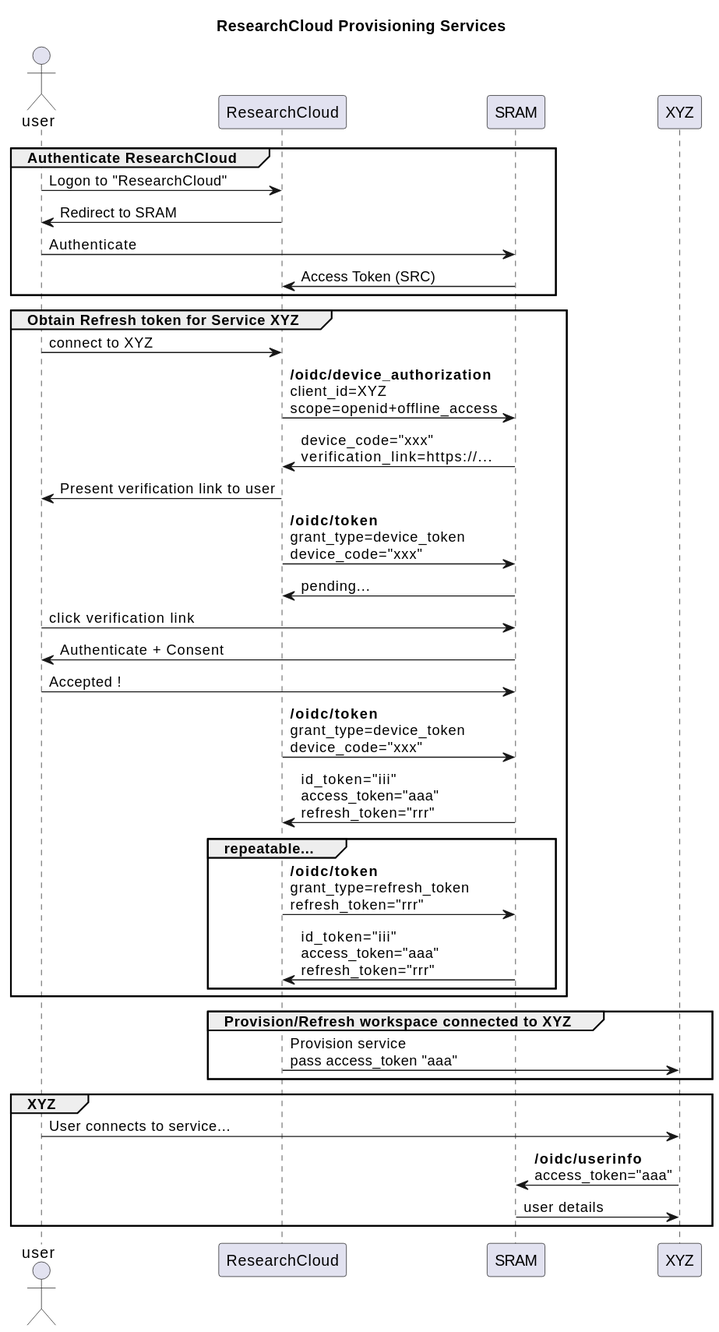
Above: assets/ResearchCloud.svg in HarryKodden/Token-POC (PlantUML), before the change.
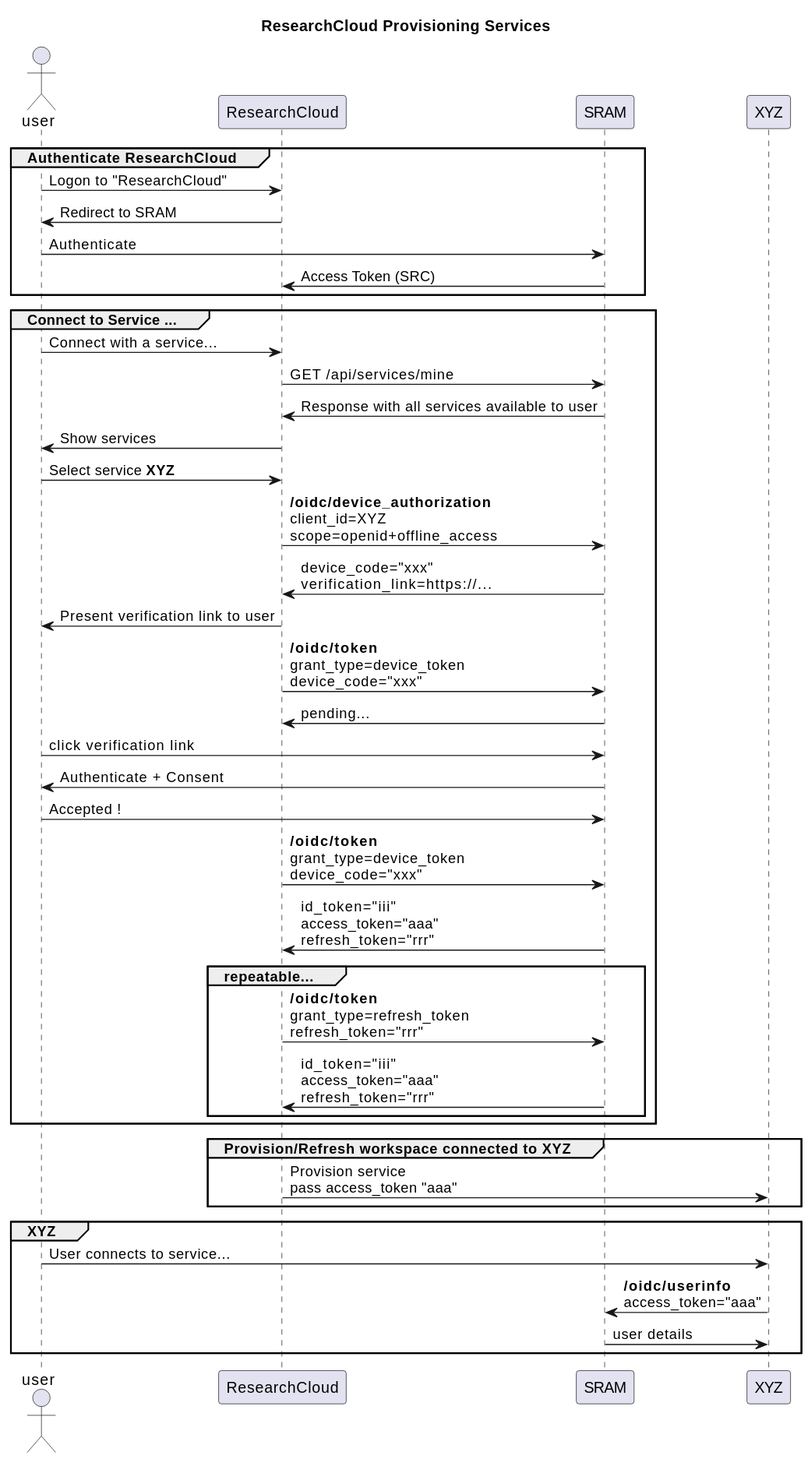
Above is the later version.

Commit message:
added Request to SRAM to obtain services

What changed in the source:
```diff
@@ -13,8 +13,12 @@
 SRC <- SRAM: Access Token (SRC)
 end
 
-group Obtain Refresh token for Service XYZ
-user -> SRC: connect to XYZ
+group Connect to Service ...
+user -> SRC: Connect with a service...
+SRC -> SRAM: GET /api/services/mine
+SRC <- SRAM: Response with all services available to user
+user <- SRC: Show services
+user -> SRC: Select service **XYZ**
 SRC -> SRAM: **/oidc/device_authorization**\nclient_id=XYZ\nscope=openid+offline_access
 SRC <- SRAM: device_code="xxx"\nverification_link=https://...
 user <- SRC: Present verification link to user
```
